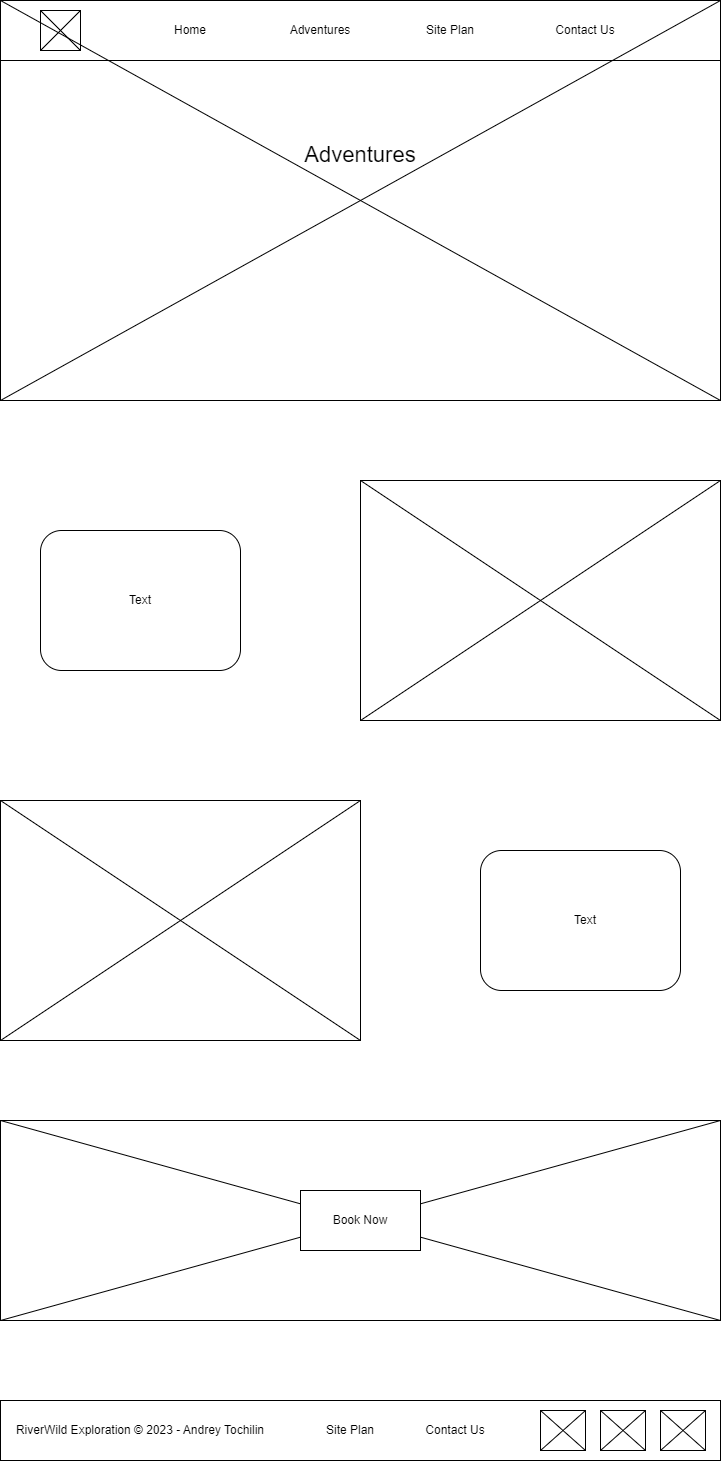
Earlier version of the draw.io export wwr/images/2Page.png (Axizerq/wdd130). Source tidied: cells renumbered, new cells last; positions are measured from the earlier drawing's top-left corner, leaving out a move shared by most shapes.
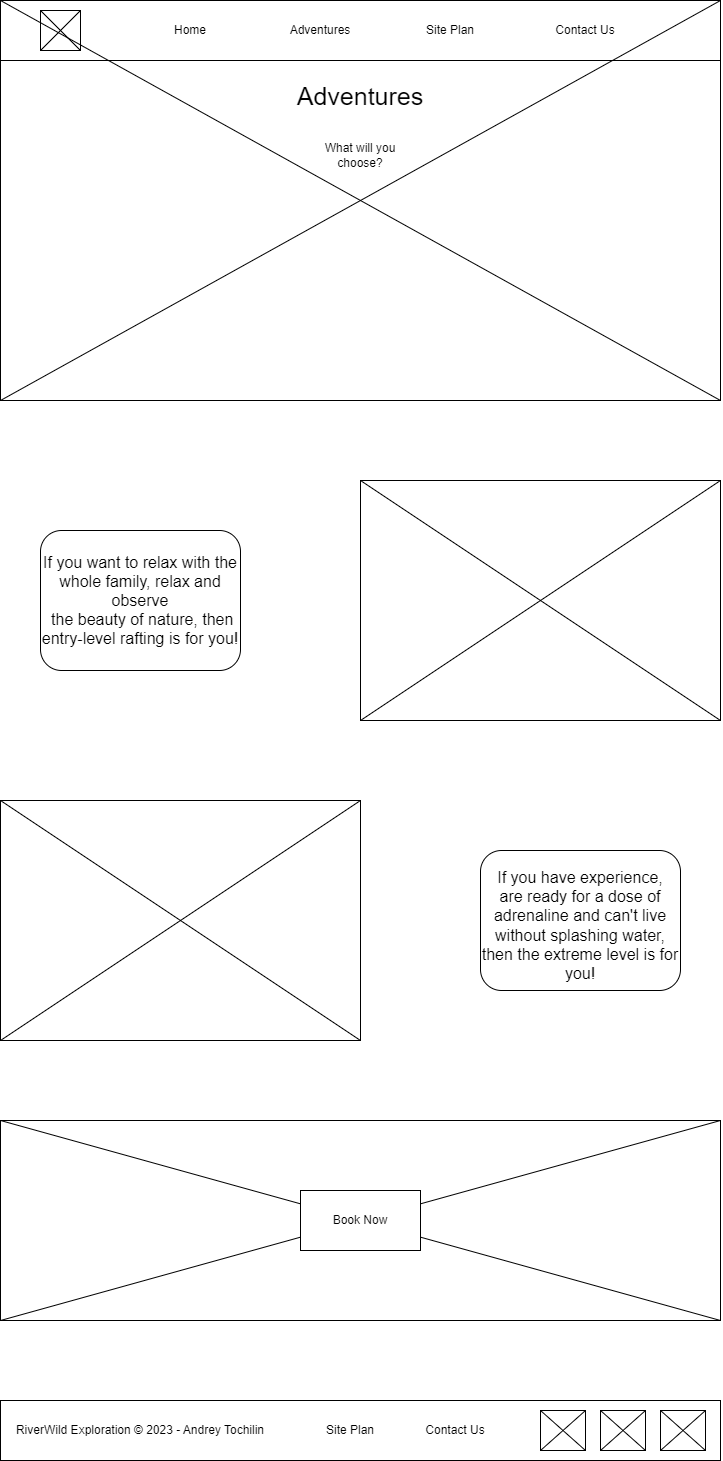
Later version of the same file.

Change to the diagram source:
```diff
@@ -35,8 +35,8 @@
     <mxCell id="12" style="endArrow=none;html=1;rounded=0;entryX=0;entryY=0;entryDx=0;entryDy=0;exitX=1;exitY=1;exitDx=0;exitDy=0;" parent="1" edge="1" source="10" target="2">
       <mxGeometry relative="1" as="geometry" />
     </mxCell>
-    <mxCell id="13" value="Adventures" style="text;html=1;strokeColor=none;fillColor=none;align=center;verticalAlign=middle;whiteSpace=wrap;rounded=0;fontSize=22;" parent="1" vertex="1">
-      <mxGeometry x="330" y="140" width="60" height="30" as="geometry" />
+    <mxCell id="13" value="Adventures" style="text;html=1;strokeColor=none;fillColor=none;align=center;verticalAlign=middle;whiteSpace=wrap;rounded=0;fontSize=25;" parent="1" vertex="1">
+      <mxGeometry x="330" y="80" width="60" height="30" as="geometry" />
     </mxCell>
     <mxCell id="14" style="rounded=0;whiteSpace=wrap;html=1;" parent="1" vertex="1">
       <mxGeometry x="360" y="480" width="360" height="240" as="geometry" />
@@ -44,8 +44,8 @@
     <mxCell id="15" style="rounded=1;whiteSpace=wrap;html=1;" parent="1" vertex="1">
       <mxGeometry x="40" y="530" width="200" height="140" as="geometry" />
     </mxCell>
-    <mxCell id="16" value="Text" style="text;html=1;strokeColor=none;fillColor=none;align=center;verticalAlign=middle;whiteSpace=wrap;rounded=0;" parent="1" vertex="1">
-      <mxGeometry x="110" y="585" width="60" height="30" as="geometry" />
+    <mxCell id="16" value="&lt;font style=&quot;font-size: 16px;&quot;&gt;If you want to relax with the whole family, relax and observe&lt;br&gt;&amp;nbsp;the beauty of nature, then entry-level rafting is for you!&lt;/font&gt;" style="text;html=1;strokeColor=none;fillColor=none;align=center;verticalAlign=middle;whiteSpace=wrap;rounded=0;" parent="1" vertex="1">
+      <mxGeometry x="40" y="530" width="200" height="140" as="geometry" />
     </mxCell>
     <mxCell id="17" style="endArrow=none;html=1;rounded=0;entryX=1;entryY=0;entryDx=0;entryDy=0;exitX=0;exitY=1;exitDx=0;exitDy=0;" parent="1" edge="1" source="14" target="14">
       <mxGeometry relative="1" as="geometry" />
@@ -68,8 +68,8 @@
     <mxCell id="22" style="rounded=1;whiteSpace=wrap;html=1;" parent="1" vertex="1">
       <mxGeometry x="480" y="850" width="200" height="140" as="geometry" />
     </mxCell>
-    <mxCell id="23" value="Text" style="text;html=1;strokeColor=none;fillColor=none;align=center;verticalAlign=middle;whiteSpace=wrap;rounded=0;" parent="1" vertex="1">
-      <mxGeometry x="555" y="905" width="60" height="30" as="geometry" />
+    <mxCell id="23" value="&lt;font style=&quot;font-size: 16px;&quot;&gt;If you have experience, &lt;br&gt;are ready for a dose of adrenaline and can't live without splashing water, then the extreme level is for you!&lt;/font&gt;" style="text;html=1;strokeColor=none;fillColor=none;align=center;verticalAlign=middle;whiteSpace=wrap;rounded=0;" parent="1" vertex="1">
+      <mxGeometry x="480" y="860" width="200" height="130" as="geometry" />
     </mxCell>
     <mxCell id="24" style="rounded=0;whiteSpace=wrap;html=1;" parent="1" vertex="1">
       <mxGeometry y="1120" width="720" height="200" as="geometry" />
@@ -125,5 +125,8 @@
     <mxCell id="41" style="endArrow=none;html=1;rounded=0;exitX=1;exitY=1;exitDx=0;exitDy=0;entryX=0;entryY=0;entryDx=0;entryDy=0;" parent="1" edge="1" source="35" target="35">
       <mxGeometry relative="1" as="geometry" />
     </mxCell>
+    <mxCell id="42" value="What will you choose?" style="text;html=1;strokeColor=none;fillColor=none;align=center;verticalAlign=middle;whiteSpace=wrap;rounded=0;" parent="1" vertex="1">
+      <mxGeometry x="315" y="140" width="90" height="30" as="geometry" />
+    </mxCell>
   </root>
 </mxGraphModel>
```
